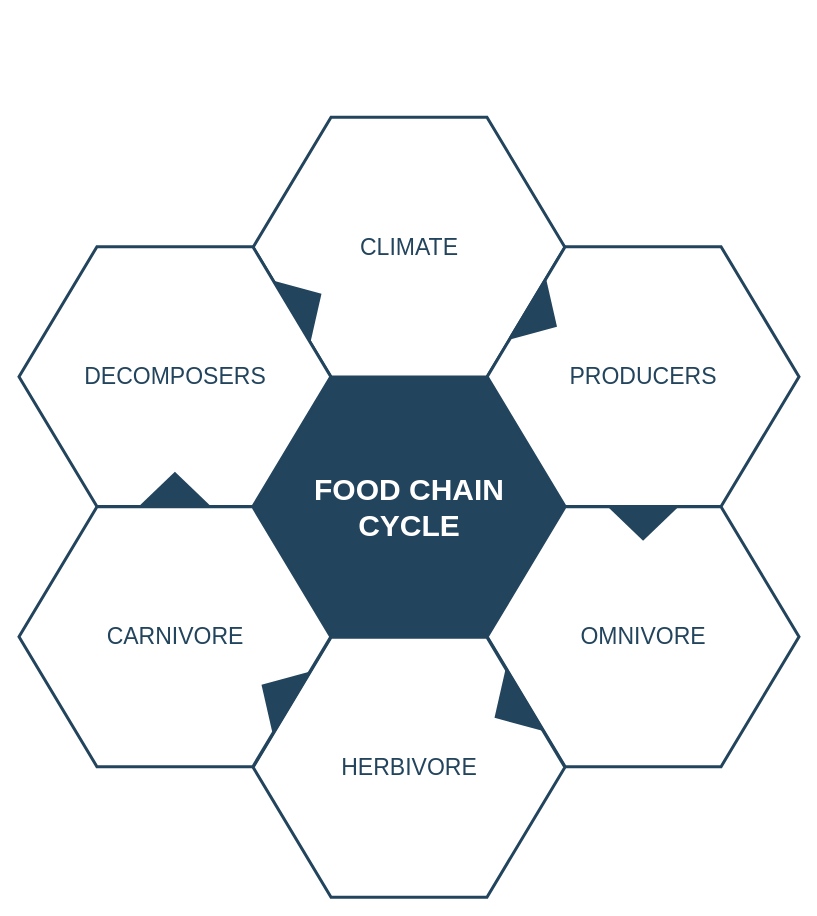
FernandaHeLa/hello_world keeps this draw.io diagram as Untitled Diagram.drawio. Above is the earlier version. Source tidied: cells renumbered, new cells numbered last; positions are measured from the earlier drawing's top-left corner, leaving out a move shared by most shapes. Both pictures are drawn from the tidied source at 100%, with x=0, y=0 at pixel (18, 117). Pictures stored in the file or linked from it are replaced by grey dashed boxes.
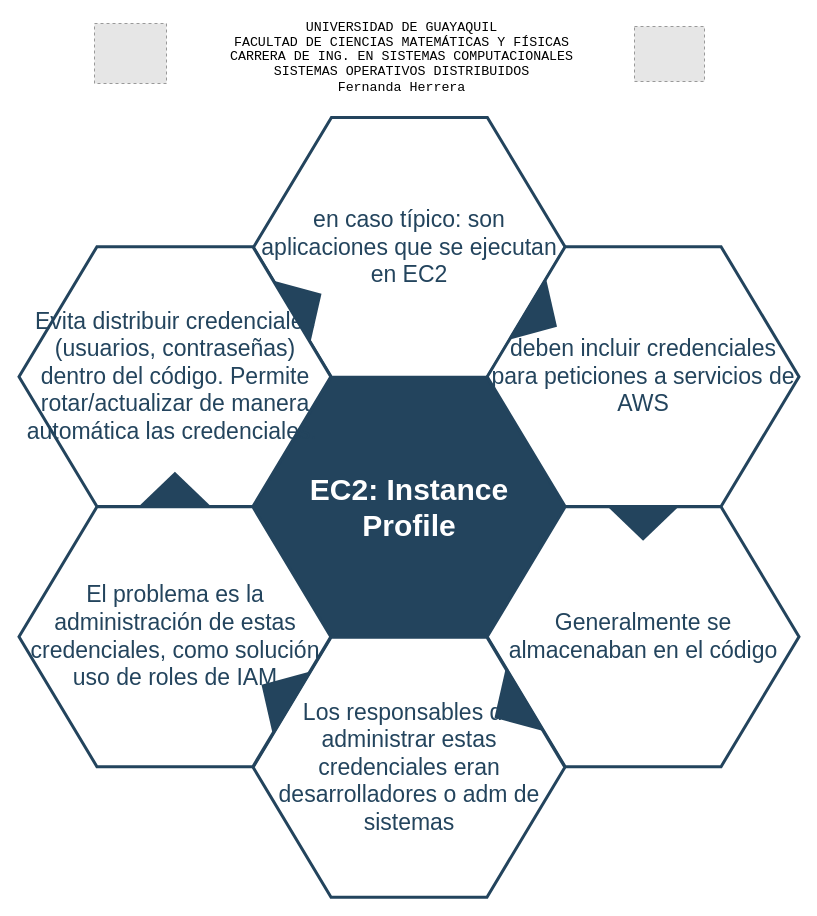
After the change.

Commit message:
EC2: Instance Profile

Change to the diagram source:
```diff
@@
 <mxGraphModel>
   <root>
     <mxCell id="0" />
     <mxCell id="1" parent="0" />
-    <mxCell id="2" value="&lt;font style=&quot;font-size: 30px&quot; color=&quot;#ffffff&quot;&gt;&lt;b&gt;&lt;span&gt;FOOD CHAIN&lt;/span&gt;&lt;br&gt;&lt;span&gt;CYCLE&lt;/span&gt;&lt;/b&gt;&lt;/font&gt;&lt;br&gt;" style="shape=hexagon;perimeter=hexagonPerimeter2;whiteSpace=wrap;html=1;shadow=0;labelBackgroundColor=none;strokeColor=#23445D;fillColor=#23445D;gradientColor=none;fontFamily=Helvetica;fontSize=23;fontColor=#23445d;align=center;strokeWidth=3;" parent="1" vertex="1">
+    <mxCell id="2" value="&lt;font color=&quot;#ffffff&quot;&gt;&lt;span style=&quot;font-size: 30px&quot;&gt;&lt;b&gt;EC2: Instance &lt;br&gt;Profile&lt;/b&gt;&lt;/span&gt;&lt;/font&gt;" style="shape=hexagon;perimeter=hexagonPerimeter2;whiteSpace=wrap;html=1;shadow=0;labelBackgroundColor=none;strokeColor=#23445D;fillColor=#23445D;gradientColor=none;fontFamily=Helvetica;fontSize=23;fontColor=#23445d;align=center;strokeWidth=3;" parent="1" vertex="1">
       <mxGeometry x="234.6" y="259.8" width="311.8" height="259.9" as="geometry" />
     </mxCell>
     <mxCell id="3" style="triangle;whiteSpace=wrap;html=1;shadow=0;labelBackgroundColor=none;strokeColor=none;fillColor=#FFFFFF;fontFamily=Helvetica;fontSize=17;fontColor=#23445d;align=center;rotation=90;gradientColor=none;flipV=1;flipH=1;opacity=20;" parent="1" vertex="1">
       <mxGeometry x="115.5" y="277.7" width="72" height="152" as="geometry" />
     </mxCell>
-    <mxCell id="4" value="&lt;font style=&quot;font-size: 23px&quot;&gt;CLIMATE&lt;/font&gt;" style="shape=hexagon;perimeter=hexagonPerimeter2;whiteSpace=wrap;html=1;shadow=0;labelBackgroundColor=none;strokeColor=#23445D;fillColor=#ffffff;gradientColor=none;fontFamily=Helvetica;fontSize=23;fontColor=#23445D;align=center;strokeWidth=3;" parent="1" vertex="1">
-      <mxGeometry x="234.6" y="-0.3" width="311.8" height="259.9" as="geometry" />
+    <mxCell id="4" value="&lt;font style=&quot;font-size: 23px&quot;&gt;en caso típico: son aplicaciones que se ejecutan en EC2&lt;/font&gt;" style="shape=hexagon;perimeter=hexagonPerimeter2;whiteSpace=wrap;html=1;shadow=0;labelBackgroundColor=none;strokeColor=#23445D;fillColor=#ffffff;gradientColor=none;fontFamily=Helvetica;fontSize=23;fontColor=#23445D;align=center;strokeWidth=3;" parent="1" vertex="1">
+      <mxGeometry x="235" y="-0.1" width="311.8" height="259.9" as="geometry" />
     </mxCell>
-    <mxCell id="5" value="&lt;font style=&quot;font-size: 23px&quot;&gt;PRODUCERS&lt;/font&gt;" style="shape=hexagon;perimeter=hexagonPerimeter2;whiteSpace=wrap;html=1;shadow=0;labelBackgroundColor=none;strokeColor=#23445D;fillColor=#FFFFFF;gradientColor=none;fontFamily=Helvetica;fontSize=23;fontColor=#23445d;align=center;strokeWidth=3;" parent="1" vertex="1">
+    <mxCell id="5" value="&lt;font style=&quot;font-size: 23px&quot;&gt;deben incluir credenciales para peticiones a servicios de AWS&lt;/font&gt;" style="shape=hexagon;perimeter=hexagonPerimeter2;whiteSpace=wrap;html=1;shadow=0;labelBackgroundColor=none;strokeColor=#23445D;fillColor=#FFFFFF;gradientColor=none;fontFamily=Helvetica;fontSize=23;fontColor=#23445d;align=center;strokeWidth=3;" parent="1" vertex="1">
       <mxGeometry x="468.7" y="129.2" width="311.8" height="259.9" as="geometry" />
     </mxCell>
-    <mxCell id="6" value="&lt;font style=&quot;font-size: 23px&quot;&gt;OMNIVORE&lt;/font&gt;" style="shape=hexagon;perimeter=hexagonPerimeter2;whiteSpace=wrap;html=1;shadow=0;labelBackgroundColor=none;strokeColor=#23445D;fillColor=#FFFFFF;gradientColor=none;fontFamily=Helvetica;fontSize=23;fontColor=#23445d;align=center;strokeWidth=3;" parent="1" vertex="1">
+    <mxCell id="6" value="&lt;font style=&quot;font-size: 23px&quot;&gt;Generalmente se almacenaban en el código&lt;/font&gt;" style="shape=hexagon;perimeter=hexagonPerimeter2;whiteSpace=wrap;html=1;shadow=0;labelBackgroundColor=none;strokeColor=#23445D;fillColor=#FFFFFF;gradientColor=none;fontFamily=Helvetica;fontSize=23;fontColor=#23445d;align=center;strokeWidth=3;" parent="1" vertex="1">
       <mxGeometry x="468.7" y="389.3" width="311.8" height="259.9" as="geometry" />
     </mxCell>
-    <mxCell id="7" value="&lt;font style=&quot;font-size: 23px&quot;&gt;HERBIVORE&lt;/font&gt;" style="shape=hexagon;perimeter=hexagonPerimeter2;whiteSpace=wrap;html=1;shadow=0;labelBackgroundColor=none;strokeColor=#23445D;fillColor=#FFFFFF;gradientColor=none;fontFamily=Helvetica;fontSize=23;fontColor=#23445d;align=center;strokeWidth=3;" parent="1" vertex="1">
+    <mxCell id="7" value="Los responsables de administrar estas credenciales eran desarrolladores o adm de sistemas" style="shape=hexagon;perimeter=hexagonPerimeter2;whiteSpace=wrap;html=1;shadow=0;labelBackgroundColor=none;strokeColor=#23445D;fillColor=#FFFFFF;gradientColor=none;fontFamily=Helvetica;fontSize=23;fontColor=#23445d;align=center;strokeWidth=3;" parent="1" vertex="1">
       <mxGeometry x="234.6" y="519.8" width="311.8" height="259.9" as="geometry" />
     </mxCell>
-    <mxCell id="8" value="&lt;font style=&quot;font-size: 23px&quot;&gt;CARNIVORE&lt;/font&gt;" style="shape=hexagon;perimeter=hexagonPerimeter2;whiteSpace=wrap;html=1;shadow=0;labelBackgroundColor=none;strokeColor=#23445D;fillColor=#FFFFFF;gradientColor=none;fontFamily=Helvetica;fontSize=23;fontColor=#23445d;align=center;strokeWidth=3;" parent="1" vertex="1">
+    <mxCell id="8" value="&lt;span&gt;El problema es la administración de estas credenciales, como solución uso de roles de IAM&lt;/span&gt;" style="shape=hexagon;perimeter=hexagonPerimeter2;whiteSpace=wrap;html=1;shadow=0;labelBackgroundColor=none;strokeColor=#23445D;fillColor=#FFFFFF;gradientColor=none;fontFamily=Helvetica;fontSize=23;fontColor=#23445d;align=center;strokeWidth=3;" parent="1" vertex="1">
       <mxGeometry x="0.5" y="389.3" width="311.8" height="259.9" as="geometry" />
     </mxCell>
-    <mxCell id="9" value="&lt;font style=&quot;font-size: 23px;&quot;&gt;DECOMPOSERS&lt;/font&gt;" style="shape=hexagon;perimeter=hexagonPerimeter2;whiteSpace=wrap;html=1;shadow=0;labelBackgroundColor=none;strokeColor=#23445D;fillColor=#ffffff;gradientColor=none;fontFamily=Helvetica;fontSize=23;fontColor=#23445D;align=center;strokeWidth=3;" parent="1" vertex="1">
+    <mxCell id="9" value="Evita distribuir credenciales (usuarios, contraseñas) dentro del código. Permite rotar/actualizar de manera automática las credenciales.&amp;nbsp;" style="shape=hexagon;perimeter=hexagonPerimeter2;whiteSpace=wrap;html=1;shadow=0;labelBackgroundColor=none;strokeColor=#23445D;fillColor=#ffffff;gradientColor=none;fontFamily=Helvetica;fontSize=23;fontColor=#23445D;align=center;strokeWidth=3;" parent="1" vertex="1">
       <mxGeometry x="0.5" y="129.2" width="311.8" height="259.9" as="geometry" />
     </mxCell>
     <mxCell id="10" style="triangle;whiteSpace=wrap;html=1;shadow=0;labelBackgroundColor=none;strokeColor=none;fillColor=#23445D;fontFamily=Helvetica;fontSize=17;fontColor=#23445d;align=center;rotation=31;gradientColor=none;strokeWidth=3;" parent="1" vertex="1">
       <mxGeometry x="506" y="163.7" width="35" height="73" as="geometry" />
     </mxCell>
     <mxCell id="11" style="triangle;whiteSpace=wrap;html=1;shadow=0;labelBackgroundColor=none;strokeColor=none;fillColor=#23445D;fontFamily=Helvetica;fontSize=17;fontColor=#23445d;align=center;rotation=31;gradientColor=none;flipH=1;strokeWidth=3;" parent="1" vertex="1">
       <mxGeometry x="240.5" y="539.7" width="35" height="73" as="geometry" />
     </mxCell>
     <mxCell id="12" style="triangle;whiteSpace=wrap;html=1;shadow=0;labelBackgroundColor=none;strokeColor=none;fillColor=#23445D;fontFamily=Helvetica;fontSize=17;fontColor=#23445d;align=center;rotation=329;gradientColor=none;strokeWidth=3;" parent="1" vertex="1">
       <mxGeometry x="270.5" y="148.7" width="35" height="73" as="geometry" />
     </mxCell>
     <mxCell id="13" style="triangle;whiteSpace=wrap;html=1;shadow=0;labelBackgroundColor=none;strokeColor=none;fillColor=#23445D;fontFamily=Helvetica;fontSize=17;fontColor=#23445d;align=center;rotation=329;gradientColor=none;flipH=1;strokeWidth=3;" parent="1" vertex="1">
       <mxGeometry x="473.5" y="554.7" width="35" height="73" as="geometry" />
     </mxCell>
     <mxCell id="14" style="triangle;whiteSpace=wrap;html=1;shadow=0;labelBackgroundColor=none;strokeColor=none;fillColor=#23445D;fontFamily=Helvetica;fontSize=17;fontColor=#23445d;align=center;rotation=90;gradientColor=none;strokeWidth=3;" parent="1" vertex="1">
       <mxGeometry x="607.1" y="369.2" width="35" height="73" as="geometry" />
     </mxCell>
     <mxCell id="15" style="triangle;whiteSpace=wrap;html=1;shadow=0;labelBackgroundColor=none;strokeColor=none;fillColor=#23445D;fontFamily=Helvetica;fontSize=17;fontColor=#23445d;align=center;rotation=90;gradientColor=none;flipH=1;strokeWidth=3;" parent="1" vertex="1">
       <mxGeometry x="138.9" y="335.2" width="35" height="73" as="geometry" />
     </mxCell>
+    <mxCell id="16" value="&lt;div style=&quot;display: flex ; justify-content: center ; text-align: center ; align-items: baseline ; font-size: 0 ; line-height: 1.25 ; margin-top: -2px&quot;&gt;&lt;span&gt;&lt;span style=&quot;font-size: 13.3px ; color: #000000 ; font-family: &amp;#34;cousine&amp;#34;&quot;&gt;UNIVERSIDAD DE GUAYAQUIL&lt;br&gt;&lt;/span&gt;&lt;/span&gt;&lt;/div&gt;&lt;div style=&quot;display: flex ; justify-content: center ; text-align: center ; align-items: baseline ; font-size: 0 ; line-height: 1.25 ; margin-top: -2px&quot;&gt;&lt;span&gt;&lt;span style=&quot;font-size: 13.3px ; color: #000000 ; font-family: &amp;#34;cousine&amp;#34;&quot;&gt;FACULTAD DE CIENCIAS MATEMÁTICAS Y FÍSICAS&lt;br&gt;&lt;/span&gt;&lt;/span&gt;&lt;/div&gt;&lt;div style=&quot;display: flex ; justify-content: center ; text-align: center ; align-items: baseline ; font-size: 0 ; line-height: 1.25 ; margin-top: -2px&quot;&gt;&lt;span&gt;&lt;span style=&quot;font-size: 13.3px ; color: #000000 ; font-family: &amp;#34;cousine&amp;#34;&quot;&gt;CARRERA DE ING. EN SISTEMAS COMPUTACIONALES&lt;br&gt;&lt;/span&gt;&lt;/span&gt;&lt;/div&gt;&lt;div style=&quot;display: flex ; justify-content: center ; text-align: center ; align-items: baseline ; font-size: 0 ; line-height: 1.25 ; margin-top: -2px&quot;&gt;&lt;span&gt;&lt;span style=&quot;font-size: 13.3px ; color: #000000 ; font-family: &amp;#34;cousine&amp;#34;&quot;&gt;SISTEMAS OPERATIVOS DISTRIBUIDOS&lt;br&gt;Fernanda Herrera&lt;/span&gt;&lt;/span&gt;&lt;span&gt;&lt;span style=&quot;font-size: 13.3px ; color: #000000 ; font-family: &amp;#34;cousine&amp;#34;&quot;&gt;&lt;br&gt;&lt;/span&gt;&lt;/span&gt;&lt;span&gt;&lt;span style=&quot;font-size: 13.3px ; color: #000000 ; font-family: &amp;#34;cousine&amp;#34;&quot;&gt;&lt;br&gt;&lt;/span&gt;&lt;/span&gt;&lt;span&gt;&lt;br&gt;&lt;/span&gt;&lt;/div&gt;" style="html=1;overflow=block;blockSpacing=1;whiteSpace=wrap;whiteSpace=wrap;fontSize=13;fontFamily=Cousine;spacing=3.8;strokeOpacity=0;fillOpacity=0;rounded=1;absoluteArcSize=1;arcSize=9;fillColor=#ffffff;strokeWidth=2.3;" parent="1" vertex="1">
+      <mxGeometry x="181" y="-99" width="405" height="75" as="geometry" />
+    </mxCell>
+    <mxCell id="17" style="fillColor=#E6E6E6;strokeColor=#999999;dashed=1;html=1;whiteSpace=wrap;fontSize=13;spacing=0;" parent="1" vertex="1">
+      <mxGeometry x="76" y="-94" width="72" height="60" as="geometry" />
+    </mxCell>
+    <mxCell id="18" style="fillColor=#E6E6E6;strokeColor=#999999;dashed=1;html=1;whiteSpace=wrap;fontSize=13;spacing=0;" parent="1" vertex="1">
+      <mxGeometry x="616" y="-91" width="70" height="55" as="geometry" />
+    </mxCell>
   </root>
 </mxGraphModel>
```
